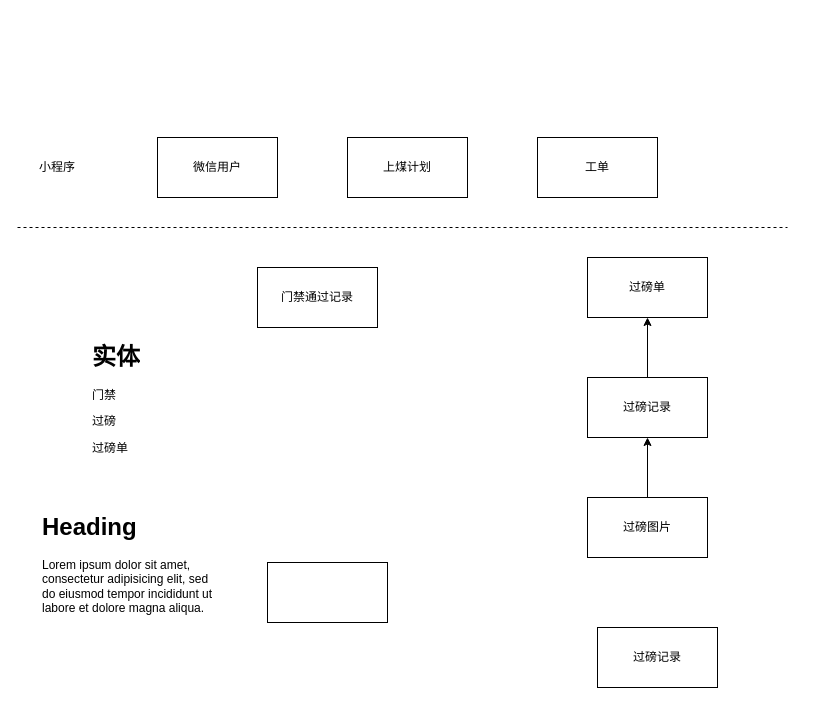
The draw.io diagram 互链站台模型.drawio in lipeng260/drawio, before the edit. Source tidied: cells renumbered, new cells numbered last; positions are measured from the earlier drawing's top-left corner, leaving out a move shared by most shapes. Both pictures are drawn from the tidied source at 100%, with x=0, y=0 at pixel (17, 137).
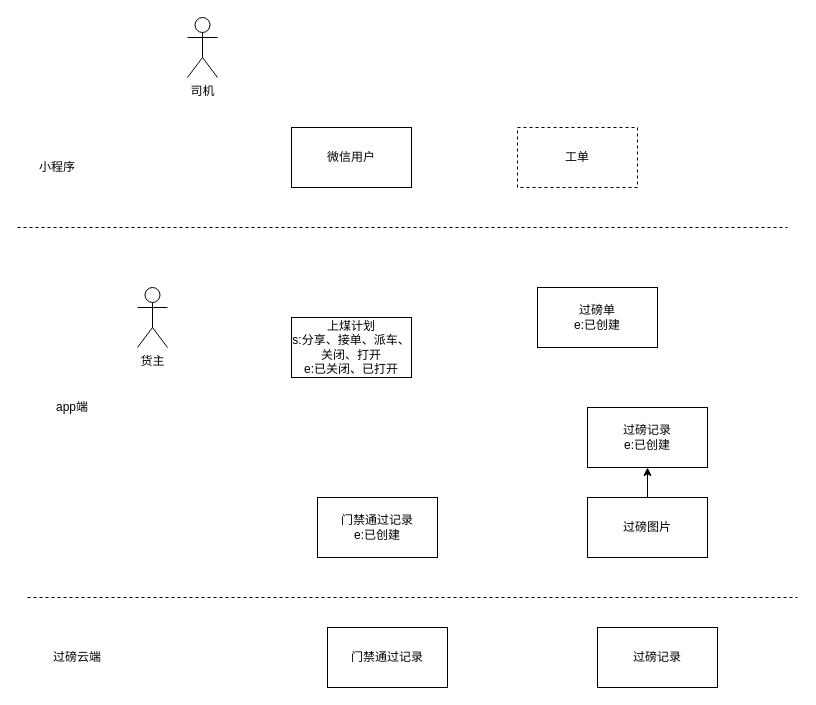
The same page after the edit.

Commit message (it also covers changes not shown here):
Update 互链站台模型.drawio

What changed in the source:
```diff
@@
-    <mxCell id="2" value="门禁通过记录" style="rounded=0;whiteSpace=wrap;html=1;" parent="1" vertex="1">
-      <mxGeometry x="240" y="130" width="120" height="60" as="geometry" />
+    <mxCell id="2" value="门禁通过记录&lt;br&gt;e:已创建" style="rounded=0;whiteSpace=wrap;html=1;" parent="1" vertex="1">
+      <mxGeometry x="300" y="360" width="120" height="60" as="geometry" />
     </mxCell>
-    <mxCell id="3" style="edgeStyle=orthogonalEdgeStyle;rounded=0;jettySize=auto;html=1;exitX=0.5;exitY=0;exitDx=0;exitDy=0;entryX=0.5;entryY=1;entryDx=0;entryDy=0;" parent="1" edge="1" source="4" target="5">
-      <mxGeometry relative="1" as="geometry" />
-    </mxCell>
-    <mxCell id="4" value="过磅记录" style="rounded=0;whiteSpace=wrap;html=1;" parent="1" vertex="1">
-      <mxGeometry x="570" y="240" width="120" height="60" as="geometry" />
+    <mxCell id="4" value="过磅记录&lt;br&gt;e:已创建" style="rounded=0;whiteSpace=wrap;html=1;" parent="1" vertex="1">
+      <mxGeometry x="570" y="270" width="120" height="60" as="geometry" />
     </mxCell>
-    <mxCell id="5" value="过磅单" style="rounded=0;whiteSpace=wrap;html=1;" parent="1" vertex="1">
-      <mxGeometry x="570" y="120" width="120" height="60" as="geometry" />
+    <mxCell id="5" value="过磅单&lt;br&gt;e:已创建" style="rounded=0;whiteSpace=wrap;html=1;" parent="1" vertex="1">
+      <mxGeometry x="520" y="150" width="120" height="60" as="geometry" />
     </mxCell>
@@
-    <mxCell id="9" style="rounded=0;whiteSpace=wrap;html=1;" parent="1" vertex="1">
-      <mxGeometry x="250" y="425" width="120" height="60" as="geometry" />
-    </mxCell>
-    <mxCell id="10" value="&lt;h1&gt;实体&lt;/h1&gt;&lt;p&gt;门禁&lt;/p&gt;&lt;p&gt;过磅&lt;/p&gt;&lt;p&gt;过磅单&lt;/p&gt;" style="text;html=1;strokeColor=none;fillColor=none;spacing=5;spacingTop=-20;whiteSpace=wrap;overflow=hidden;rounded=0;" parent="1" vertex="1">
-      <mxGeometry x="70" y="200" width="190" height="120" as="geometry" />
-    </mxCell>
-    <mxCell id="11" value="&lt;h1&gt;Heading&lt;/h1&gt;&lt;p&gt;Lorem ipsum dolor sit amet, consectetur adipisicing elit, sed do eiusmod tempor incididunt ut labore et dolore magna aliqua.&lt;/p&gt;" style="text;html=1;strokeColor=none;fillColor=none;spacing=5;spacingTop=-20;whiteSpace=wrap;overflow=hidden;rounded=0;" parent="1" vertex="1">
-      <mxGeometry x="20" y="370" width="190" height="120" as="geometry" />
-    </mxCell>
-    <mxCell id="12" value="工单" style="rounded=0;whiteSpace=wrap;html=1;" parent="1" vertex="1">
-      <mxGeometry x="520" width="120" height="60" as="geometry" />
+    <mxCell id="12" value="工单" style="rounded=0;whiteSpace=wrap;html=1;dashed=1;" parent="1" vertex="1">
+      <mxGeometry x="500" y="-10" width="120" height="60" as="geometry" />
     </mxCell>
-    <mxCell id="13" value="上煤计划" style="rounded=0;whiteSpace=wrap;html=1;" parent="1" vertex="1">
-      <mxGeometry x="330" width="120" height="60" as="geometry" />
-    </mxCell>
@@
+    <mxCell id="17" style="endArrow=none;dashed=1;html=1;" parent="1" edge="1">
+      <mxGeometry relative="1" as="geometry">
+        <mxPoint x="10" y="460" as="sourcePoint" />
+        <mxPoint x="780" y="460" as="targetPoint" />
+      </mxGeometry>
+    </mxCell>
+    <mxCell id="18" value="过磅云端" style="text;html=1;strokeColor=none;fillColor=none;align=center;verticalAlign=middle;whiteSpace=wrap;rounded=0;" parent="1" vertex="1">
+      <mxGeometry x="20" y="510" width="80" height="20" as="geometry" />
+    </mxCell>
+    <mxCell id="19" value="app端" style="text;html=1;strokeColor=none;fillColor=none;align=center;verticalAlign=middle;whiteSpace=wrap;rounded=0;" parent="1" vertex="1">
+      <mxGeometry x="10" y="260" width="90" height="20" as="geometry" />
+    </mxCell>
+    <mxCell id="20" value="上煤计划&lt;br&gt;s:分享、接单、派车、关闭、打开&lt;br&gt;e:已关闭、已打开" style="rounded=0;whiteSpace=wrap;html=1;" parent="1" vertex="1">
+      <mxGeometry x="274" y="180" width="120" height="60" as="geometry" />
+    </mxCell>
+    <mxCell id="21" value="门禁通过记录" style="rounded=0;whiteSpace=wrap;html=1;" parent="1" vertex="1">
+      <mxGeometry x="310" y="490" width="120" height="60" as="geometry" />
+    </mxCell>
+    <mxCell id="22" value="司机" style="shape=umlActor;verticalLabelPosition=bottom;verticalAlign=top;html=1;" parent="1" vertex="1">
+      <mxGeometry x="170" y="-120" width="30" height="60" as="geometry" />
+    </mxCell>
     <mxCell id="16" value="微信用户" style="rounded=0;whiteSpace=wrap;html=1;" parent="1" vertex="1">
-      <mxGeometry x="140" width="120" height="60" as="geometry" />
+      <mxGeometry x="274" y="-10" width="120" height="60" as="geometry" />
     </mxCell>
+    <mxCell id="23" value="货主" style="shape=umlActor;verticalLabelPosition=bottom;verticalAlign=top;html=1;" parent="1" vertex="1">
+      <mxGeometry x="120" y="150" width="30" height="60" as="geometry" />
+    </mxCell>
```
